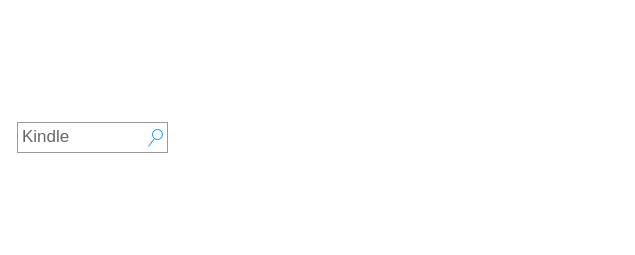
Before: 未命名绘图.drawio in leejianwei/aws-diagram, a draw.io diagram. Source tidied: cells renumbered, new cells numbered last; positions are measured from the earlier drawing's top-left corner, leaving out a move shared by most shapes. Both pictures are drawn from the tidied source at 100%, with x=0, y=0 at pixel (17, 122).
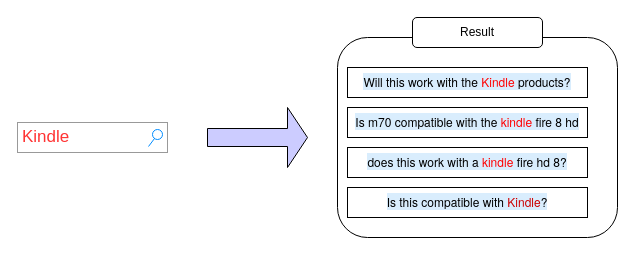
The same page after the edit.

Commit message (it also covers changes not shown here):
更新未命名绘图.drawio

What changed in the source:
```diff
@@
 <mxGraphModel>
   <root>
     <mxCell id="0" />
     <mxCell id="1" parent="0" />
-    <mxCell id="2" value="Kindle" style="strokeWidth=1;shadow=0;dashed=0;align=center;html=1;shape=mxgraph.mockup.forms.searchBox;strokeColor=#999999;mainText=;strokeColor2=#008cff;fontColor=#666666;fontSize=17;align=left;spacingLeft=3;" parent="1" vertex="1">
+    <mxCell id="2" value="&lt;font color=&quot;#ff3333&quot;&gt;Kindle&lt;/font&gt;" style="strokeWidth=1;shadow=0;dashed=0;align=center;html=1;shape=mxgraph.mockup.forms.searchBox;strokeColor=#999999;mainText=;strokeColor2=#008cff;fontColor=#666666;fontSize=17;align=left;spacingLeft=3;" parent="1" vertex="1">
       <mxGeometry width="150" height="30" as="geometry" />
     </mxCell>
+    <mxCell id="3" style="rounded=1;whiteSpace=wrap;html=1;" parent="1" vertex="1">
+      <mxGeometry x="320" y="-85" width="280" height="200" as="geometry" />
+    </mxCell>
+    <mxCell id="4" value="Result" style="rounded=1;whiteSpace=wrap;html=1;" parent="1" vertex="1">
+      <mxGeometry x="395" y="-105" width="130" height="30" as="geometry" />
+    </mxCell>
+    <mxCell id="5" value="&lt;span style=&quot;font-family: &amp;quot;Helvetica Neue&amp;quot;, Helvetica, Arial, sans-serif; text-align: right; background-color: rgba(66, 165, 245, 0.2);&quot;&gt;Will this work with the &lt;font color=&quot;#ff0000&quot;&gt;Kindle&lt;/font&gt; products?&lt;/span&gt;" style="rounded=0;whiteSpace=wrap;html=1;" parent="1" vertex="1">
+      <mxGeometry x="330" y="-55" width="240" height="30" as="geometry" />
+    </mxCell>
+    <mxCell id="6" value="&lt;span style=&quot;font-family: &amp;quot;Helvetica Neue&amp;quot;, Helvetica, Arial, sans-serif; text-align: right; background-color: rgba(66, 165, 245, 0.2);&quot;&gt;Is m70 compatible with the &lt;font color=&quot;#ff0000&quot;&gt;kindle&lt;/font&gt; fire 8 hd&lt;/span&gt;" style="rounded=0;whiteSpace=wrap;html=1;" parent="1" vertex="1">
+      <mxGeometry x="330" y="-15" width="240" height="30" as="geometry" />
+    </mxCell>
+    <mxCell id="7" value="&lt;span style=&quot;font-family: &amp;quot;Helvetica Neue&amp;quot;, Helvetica, Arial, sans-serif; text-align: right; background-color: rgba(66, 165, 245, 0.2);&quot;&gt;does this work with a &lt;font color=&quot;#ff0000&quot;&gt;kindle&lt;/font&gt; fire hd 8?&lt;/span&gt;" style="rounded=0;whiteSpace=wrap;html=1;" parent="1" vertex="1">
+      <mxGeometry x="330" y="25" width="240" height="30" as="geometry" />
+    </mxCell>
+    <mxCell id="8" value="&lt;span style=&quot;font-family: &amp;quot;Helvetica Neue&amp;quot;, Helvetica, Arial, sans-serif; text-align: right; background-color: rgba(66, 165, 245, 0.2);&quot;&gt;Is this compatible with &lt;font color=&quot;#cc0000&quot;&gt;Kindle&lt;/font&gt;?&lt;/span&gt;" style="rounded=0;whiteSpace=wrap;html=1;" parent="1" vertex="1">
+      <mxGeometry x="330" y="65" width="240" height="30" as="geometry" />
+    </mxCell>
+    <mxCell id="9" style="shape=singleArrow;whiteSpace=wrap;html=1;fillColor=#CCCCFF;" parent="1" vertex="1">
+      <mxGeometry x="190" y="-15" width="100" height="60" as="geometry" />
+    </mxCell>
   </root>
 </mxGraphModel>
```
